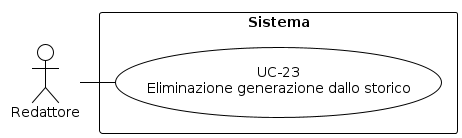
The PlantUML diagram RTB/Analisi dei Requisiti/diagrammi_use_case/UC-23.png in aLittleByte-19/Documentazione, before a commit.
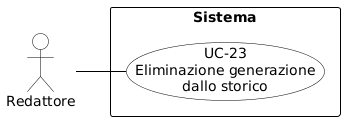
The same file after the commit.

What changed in the source:
```diff
@@ -1,21 +1,29 @@
 @startuml
-!theme plain
+skinparam shadowing false
+skinparam defaultFontName Arial
+left to right direction
+skinparam nodesep 15
+skinparam ranksep 50
+
 skinparam usecase {
-  BackgroundColor white
-  BorderColor black
+    BackgroundColor white
+    BorderColor black
+    ArrowColor black
 }
 skinparam actor {
-  BackgroundColor white
-  BorderColor black
+    BackgroundColor white
+    BorderColor black
 }
 skinparam rectangle {
-  BackgroundColor white
-  BorderColor black
+    BorderColor black
+    FontStyle bold
 }
-top to bottom direction
+
 actor "Redattore" as R
+
 rectangle "Sistema" {
-  usecase "UC-23\nEliminazione generazione dallo storico" as UC23
-  R - UC23
+    usecase "UC-23\nEliminazione generazione\ndallo storico" as UC23
 }
+
+R -- UC23
 @enduml
```
